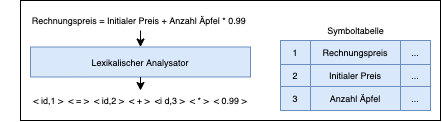
Above: Images/Compiler/LexerResult.png in JulianPasque/Masterthesis (draw.io), before the change. Source tidied: cells renumbered, new cells last; positions are measured from the earlier drawing's top-left corner, leaving out a move shared by most shapes. The source it was exported from:
```xml
<mxGraphModel>
  <root>
    <mxCell id="0" />
    <mxCell id="1" parent="0" />
    <mxCell id="2" style="rounded=0;whiteSpace=wrap;html=1;fontSize=9;" parent="1" vertex="1">
      <mxGeometry x="20" width="420" height="120" as="geometry" />
    </mxCell>
    <mxCell id="3" value="Rechnungspreis = Initialer Preis + Anzahl Äpfel * 0.99&amp;nbsp;" style="text;html=1;strokeColor=none;fillColor=none;align=center;verticalAlign=middle;whiteSpace=wrap;rounded=0;fontSize=9;" parent="1" vertex="1">
      <mxGeometry y="10" width="280" height="20" as="geometry" />
    </mxCell>
    <mxCell id="4" value="Lexikalischer Analysator" style="rounded=0;whiteSpace=wrap;html=1;fillColor=#dae8fc;strokeColor=#6c8ebf;fontSize=9;" parent="1" vertex="1">
      <mxGeometry x="30" y="46.5" width="220" height="30" as="geometry" />
    </mxCell>
    <mxCell id="5" value="&amp;lt; id,1 &amp;gt;&amp;nbsp; &amp;lt; = &amp;gt;&amp;nbsp; &amp;lt; id,2 &amp;gt;&amp;nbsp; &amp;lt; + &amp;gt;&amp;nbsp; &amp;lt;i d,3 &amp;gt;&amp;nbsp; &amp;lt; * &amp;gt;&amp;nbsp; &amp;lt; 0.99 &amp;gt;" style="text;html=1;strokeColor=none;fillColor=none;align=center;verticalAlign=middle;whiteSpace=wrap;rounded=0;fontSize=9;" parent="1" vertex="1">
      <mxGeometry y="90" width="280" height="20" as="geometry" />
    </mxCell>
    <mxCell id="6" style="endArrow=classic;html=1;exitX=0.5;exitY=1;exitDx=0;exitDy=0;entryX=0.5;entryY=0;entryDx=0;entryDy=0;fontSize=9;" parent="1" edge="1" source="3" target="4">
      <mxGeometry relative="1" as="geometry" />
    </mxCell>
    <mxCell id="7" style="endArrow=classic;html=1;exitX=0.5;exitY=1;exitDx=0;exitDy=0;entryX=0.5;entryY=0;entryDx=0;entryDy=0;fontSize=9;" parent="1" edge="1" source="4" target="5">
      <mxGeometry relative="1" as="geometry" />
    </mxCell>
    <mxCell id="8" style="shape=table;html=1;whiteSpace=wrap;startSize=0;fontSize=9;fillColor=#dae8fc;strokeColor=#6c8ebf;" parent="1" vertex="1">
      <mxGeometry x="280" y="40" width="150" height="70" as="geometry" />
    </mxCell>
    <mxCell id="9" style="shape=partialRectangle;html=1;whiteSpace=wrap;fillColor=none;top=0;left=0;bottom=0;right=0;fontSize=9;" parent="8" vertex="1">
      <mxGeometry width="150" height="24" as="geometry" />
    </mxCell>
    <mxCell id="10" value="1" style="shape=partialRectangle;html=1;whiteSpace=wrap;fillColor=none;top=0;left=0;bottom=0;right=0;overflow=hidden;fontSize=9;" parent="9" vertex="1">
      <mxGeometry width="30" height="24" as="geometry" />
    </mxCell>
    <mxCell id="11" value="&lt;font style=&quot;font-size: 9px&quot;&gt;Rechnungspreis&lt;/font&gt;" style="shape=partialRectangle;html=1;whiteSpace=wrap;fillColor=none;top=0;left=0;bottom=0;right=0;overflow=hidden;fontSize=9;" parent="9" vertex="1">
      <mxGeometry x="30" width="90" height="24" as="geometry" />
    </mxCell>
    <mxCell id="12" value="..." style="shape=partialRectangle;html=1;whiteSpace=wrap;fillColor=none;top=0;left=0;bottom=0;right=0;overflow=hidden;fontSize=9;" parent="9" vertex="1">
      <mxGeometry x="120" width="30" height="24" as="geometry" />
    </mxCell>
    <mxCell id="13" style="shape=partialRectangle;html=1;whiteSpace=wrap;fillColor=none;top=0;left=0;bottom=0;right=0;fontSize=9;" parent="8" vertex="1">
      <mxGeometry y="24" width="150" height="22" as="geometry" />
    </mxCell>
    <mxCell id="14" value="2" style="shape=partialRectangle;html=1;whiteSpace=wrap;fillColor=none;top=0;left=0;bottom=0;right=0;overflow=hidden;fontSize=9;" parent="13" vertex="1">
      <mxGeometry width="30" height="22" as="geometry" />
    </mxCell>
    <mxCell id="15" value="&lt;font style=&quot;font-size: 9px&quot;&gt;Initialer Preis&lt;/font&gt;" style="shape=partialRectangle;html=1;whiteSpace=wrap;fillColor=none;top=0;left=0;bottom=0;right=0;overflow=hidden;fontSize=9;" parent="13" vertex="1">
      <mxGeometry x="30" width="90" height="22" as="geometry" />
    </mxCell>
    <mxCell id="16" value="..." style="shape=partialRectangle;html=1;whiteSpace=wrap;fillColor=none;top=0;left=0;bottom=0;right=0;overflow=hidden;fontSize=9;" parent="13" vertex="1">
      <mxGeometry x="120" width="30" height="22" as="geometry" />
    </mxCell>
    <mxCell id="17" style="shape=partialRectangle;html=1;whiteSpace=wrap;fillColor=none;top=0;left=0;bottom=0;right=0;fontSize=9;" parent="8" vertex="1">
      <mxGeometry y="46" width="150" height="24" as="geometry" />
    </mxCell>
    <mxCell id="18" value="3" style="shape=partialRectangle;html=1;whiteSpace=wrap;fillColor=none;top=0;left=0;bottom=0;right=0;overflow=hidden;fontSize=9;" parent="17" vertex="1">
      <mxGeometry width="30" height="24" as="geometry" />
    </mxCell>
    <mxCell id="19" value="&lt;font style=&quot;font-size: 9px&quot;&gt;Anzahl Äpfel&lt;/font&gt;" style="shape=partialRectangle;html=1;whiteSpace=wrap;fillColor=none;top=0;left=0;bottom=0;right=0;overflow=hidden;fontSize=9;" parent="17" vertex="1">
      <mxGeometry x="30" width="90" height="24" as="geometry" />
    </mxCell>
    <mxCell id="20" value="..." style="shape=partialRectangle;html=1;whiteSpace=wrap;fillColor=none;top=0;left=0;bottom=0;right=0;overflow=hidden;fontSize=9;" parent="17" vertex="1">
      <mxGeometry x="120" width="30" height="24" as="geometry" />
    </mxCell>
    <mxCell id="21" value="Symboltabelle" style="text;html=1;align=center;verticalAlign=middle;fontSize=9;" parent="1" vertex="1">
      <mxGeometry x="320" y="20" width="70" height="20" as="geometry" />
    </mxCell>
  </root>
</mxGraphModel>
```
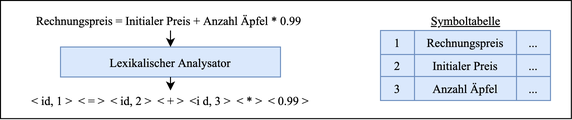
Later version of the same file.

The edit, as a diff of the source:
```diff
@@ -2,65 +2,65 @@
   <root>
     <mxCell id="0" />
     <mxCell id="1" parent="0" />
-    <mxCell id="2" style="rounded=0;whiteSpace=wrap;html=1;fontSize=9;" parent="1" vertex="1">
-      <mxGeometry x="20" width="420" height="120" as="geometry" />
+    <mxCell id="2" style="rounded=0;whiteSpace=wrap;html=1;fontSize=12;fontFamily=Times New Roman;" parent="1" vertex="1">
+      <mxGeometry x="20" width="570.9" height="118.1" as="geometry" />
     </mxCell>
-    <mxCell id="3" value="Rechnungspreis = Initialer Preis + Anzahl Äpfel * 0.99&amp;nbsp;" style="text;html=1;strokeColor=none;fillColor=none;align=center;verticalAlign=middle;whiteSpace=wrap;rounded=0;fontSize=9;" parent="1" vertex="1">
-      <mxGeometry y="10" width="280" height="20" as="geometry" />
+    <mxCell id="3" value="Rechnungspreis = Initialer Preis + Anzahl Äpfel * 0.99&amp;nbsp;" style="text;html=1;strokeColor=none;fillColor=none;align=center;verticalAlign=middle;whiteSpace=wrap;rounded=0;fontSize=12;fontFamily=Times New Roman;" parent="1" vertex="1">
+      <mxGeometry x="50" y="10" width="280" height="20" as="geometry" />
     </mxCell>
-    <mxCell id="4" value="Lexikalischer Analysator" style="rounded=0;whiteSpace=wrap;html=1;fillColor=#dae8fc;strokeColor=#6c8ebf;fontSize=9;" parent="1" vertex="1">
-      <mxGeometry x="30" y="46.5" width="220" height="30" as="geometry" />
+    <mxCell id="4" value="Lexikalischer Analysator" style="rounded=0;whiteSpace=wrap;html=1;fillColor=#dae8fc;strokeColor=#6c8ebf;fontSize=12;fontFamily=Times New Roman;" parent="1" vertex="1">
+      <mxGeometry x="80" y="46.5" width="220" height="30" as="geometry" />
     </mxCell>
-    <mxCell id="5" value="&amp;lt; id,1 &amp;gt;&amp;nbsp; &amp;lt; = &amp;gt;&amp;nbsp; &amp;lt; id,2 &amp;gt;&amp;nbsp; &amp;lt; + &amp;gt;&amp;nbsp; &amp;lt;i d,3 &amp;gt;&amp;nbsp; &amp;lt; * &amp;gt;&amp;nbsp; &amp;lt; 0.99 &amp;gt;" style="text;html=1;strokeColor=none;fillColor=none;align=center;verticalAlign=middle;whiteSpace=wrap;rounded=0;fontSize=9;" parent="1" vertex="1">
-      <mxGeometry y="90" width="280" height="20" as="geometry" />
+    <mxCell id="5" value="&amp;lt; id, 1 &amp;gt;&amp;nbsp; &amp;lt; = &amp;gt;&amp;nbsp; &amp;lt; id, 2 &amp;gt;&amp;nbsp; &amp;lt; + &amp;gt;&amp;nbsp; &amp;lt;i d, 3 &amp;gt;&amp;nbsp; &amp;lt; * &amp;gt;&amp;nbsp; &amp;lt; 0.99 &amp;gt;" style="text;html=1;strokeColor=none;fillColor=none;align=center;verticalAlign=middle;whiteSpace=wrap;rounded=0;fontSize=12;fontFamily=Times New Roman;" parent="1" vertex="1">
+      <mxGeometry x="45" y="90" width="290" height="20" as="geometry" />
     </mxCell>
-    <mxCell id="6" style="endArrow=classic;html=1;exitX=0.5;exitY=1;exitDx=0;exitDy=0;entryX=0.5;entryY=0;entryDx=0;entryDy=0;fontSize=9;" parent="1" edge="1" source="3" target="4">
+    <mxCell id="6" style="endArrow=classic;html=1;exitX=0.5;exitY=1;exitDx=0;exitDy=0;entryX=0.5;entryY=0;entryDx=0;entryDy=0;fontSize=12;fontFamily=Times New Roman;" parent="1" edge="1" source="3" target="4">
       <mxGeometry relative="1" as="geometry" />
     </mxCell>
-    <mxCell id="7" style="endArrow=classic;html=1;exitX=0.5;exitY=1;exitDx=0;exitDy=0;entryX=0.5;entryY=0;entryDx=0;entryDy=0;fontSize=9;" parent="1" edge="1" source="4" target="5">
+    <mxCell id="7" style="endArrow=classic;html=1;exitX=0.5;exitY=1;exitDx=0;exitDy=0;entryX=0.5;entryY=0;entryDx=0;entryDy=0;fontSize=12;fontFamily=Times New Roman;" parent="1" edge="1" source="4" target="5">
       <mxGeometry relative="1" as="geometry" />
     </mxCell>
-    <mxCell id="8" style="shape=table;html=1;whiteSpace=wrap;startSize=0;fontSize=9;fillColor=#dae8fc;strokeColor=#6c8ebf;" parent="1" vertex="1">
-      <mxGeometry x="280" y="40" width="150" height="70" as="geometry" />
+    <mxCell id="8" style="shape=table;html=1;whiteSpace=wrap;startSize=0;fontSize=12;fillColor=#dae8fc;strokeColor=#6c8ebf;fontFamily=Times New Roman;" parent="1" vertex="1">
+      <mxGeometry x="400" y="30" width="170" height="70" as="geometry" />
     </mxCell>
-    <mxCell id="9" style="shape=partialRectangle;html=1;whiteSpace=wrap;fillColor=none;top=0;left=0;bottom=0;right=0;fontSize=9;" parent="8" vertex="1">
-      <mxGeometry width="150" height="24" as="geometry" />
+    <mxCell id="9" style="shape=partialRectangle;html=1;whiteSpace=wrap;fillColor=none;top=0;left=0;bottom=0;right=0;fontSize=12;fontFamily=Times New Roman;" parent="8" vertex="1">
+      <mxGeometry width="170" height="24" as="geometry" />
     </mxCell>
-    <mxCell id="10" value="1" style="shape=partialRectangle;html=1;whiteSpace=wrap;fillColor=none;top=0;left=0;bottom=0;right=0;overflow=hidden;fontSize=9;" parent="9" vertex="1">
-      <mxGeometry width="30" height="24" as="geometry" />
+    <mxCell id="10" value="1" style="shape=partialRectangle;html=1;whiteSpace=wrap;fillColor=none;top=0;left=0;bottom=0;right=0;overflow=hidden;fontSize=12;fontFamily=Times New Roman;" parent="9" vertex="1">
+      <mxGeometry width="34" height="24" as="geometry" />
     </mxCell>
-    <mxCell id="11" value="&lt;font style=&quot;font-size: 9px&quot;&gt;Rechnungspreis&lt;/font&gt;" style="shape=partialRectangle;html=1;whiteSpace=wrap;fillColor=none;top=0;left=0;bottom=0;right=0;overflow=hidden;fontSize=9;" parent="9" vertex="1">
-      <mxGeometry x="30" width="90" height="24" as="geometry" />
+    <mxCell id="11" value="&lt;font style=&quot;font-size: 12px;&quot;&gt;Rechnungspreis&lt;/font&gt;" style="shape=partialRectangle;html=1;whiteSpace=wrap;fillColor=none;top=0;left=0;bottom=0;right=0;overflow=hidden;fontSize=12;fontFamily=Times New Roman;" parent="9" vertex="1">
+      <mxGeometry x="34" width="102" height="24" as="geometry" />
     </mxCell>
-    <mxCell id="12" value="..." style="shape=partialRectangle;html=1;whiteSpace=wrap;fillColor=none;top=0;left=0;bottom=0;right=0;overflow=hidden;fontSize=9;" parent="9" vertex="1">
-      <mxGeometry x="120" width="30" height="24" as="geometry" />
+    <mxCell id="12" value="..." style="shape=partialRectangle;html=1;whiteSpace=wrap;fillColor=none;top=0;left=0;bottom=0;right=0;overflow=hidden;fontSize=12;fontFamily=Times New Roman;" parent="9" vertex="1">
+      <mxGeometry x="136" width="34" height="24" as="geometry" />
     </mxCell>
-    <mxCell id="13" style="shape=partialRectangle;html=1;whiteSpace=wrap;fillColor=none;top=0;left=0;bottom=0;right=0;fontSize=9;" parent="8" vertex="1">
-      <mxGeometry y="24" width="150" height="22" as="geometry" />
+    <mxCell id="13" style="shape=partialRectangle;html=1;whiteSpace=wrap;fillColor=none;top=0;left=0;bottom=0;right=0;fontSize=12;fontFamily=Times New Roman;" parent="8" vertex="1">
+      <mxGeometry y="24" width="170" height="22" as="geometry" />
     </mxCell>
-    <mxCell id="14" value="2" style="shape=partialRectangle;html=1;whiteSpace=wrap;fillColor=none;top=0;left=0;bottom=0;right=0;overflow=hidden;fontSize=9;" parent="13" vertex="1">
-      <mxGeometry width="30" height="22" as="geometry" />
+    <mxCell id="14" value="2" style="shape=partialRectangle;html=1;whiteSpace=wrap;fillColor=none;top=0;left=0;bottom=0;right=0;overflow=hidden;fontSize=12;fontFamily=Times New Roman;" parent="13" vertex="1">
+      <mxGeometry width="34" height="22" as="geometry" />
     </mxCell>
-    <mxCell id="15" value="&lt;font style=&quot;font-size: 9px&quot;&gt;Initialer Preis&lt;/font&gt;" style="shape=partialRectangle;html=1;whiteSpace=wrap;fillColor=none;top=0;left=0;bottom=0;right=0;overflow=hidden;fontSize=9;" parent="13" vertex="1">
-      <mxGeometry x="30" width="90" height="22" as="geometry" />
+    <mxCell id="15" value="&lt;font style=&quot;font-size: 12px;&quot;&gt;Initialer Preis&lt;/font&gt;" style="shape=partialRectangle;html=1;whiteSpace=wrap;fillColor=none;top=0;left=0;bottom=0;right=0;overflow=hidden;fontSize=12;fontFamily=Times New Roman;" parent="13" vertex="1">
+      <mxGeometry x="34" width="102" height="22" as="geometry" />
     </mxCell>
-    <mxCell id="16" value="..." style="shape=partialRectangle;html=1;whiteSpace=wrap;fillColor=none;top=0;left=0;bottom=0;right=0;overflow=hidden;fontSize=9;" parent="13" vertex="1">
-      <mxGeometry x="120" width="30" height="22" as="geometry" />
+    <mxCell id="16" value="..." style="shape=partialRectangle;html=1;whiteSpace=wrap;fillColor=none;top=0;left=0;bottom=0;right=0;overflow=hidden;fontSize=12;fontFamily=Times New Roman;" parent="13" vertex="1">
+      <mxGeometry x="136" width="34" height="22" as="geometry" />
     </mxCell>
-    <mxCell id="17" style="shape=partialRectangle;html=1;whiteSpace=wrap;fillColor=none;top=0;left=0;bottom=0;right=0;fontSize=9;" parent="8" vertex="1">
-      <mxGeometry y="46" width="150" height="24" as="geometry" />
+    <mxCell id="17" style="shape=partialRectangle;html=1;whiteSpace=wrap;fillColor=none;top=0;left=0;bottom=0;right=0;fontSize=12;fontFamily=Times New Roman;" parent="8" vertex="1">
+      <mxGeometry y="46" width="170" height="24" as="geometry" />
     </mxCell>
-    <mxCell id="18" value="3" style="shape=partialRectangle;html=1;whiteSpace=wrap;fillColor=none;top=0;left=0;bottom=0;right=0;overflow=hidden;fontSize=9;" parent="17" vertex="1">
-      <mxGeometry width="30" height="24" as="geometry" />
+    <mxCell id="18" value="3" style="shape=partialRectangle;html=1;whiteSpace=wrap;fillColor=none;top=0;left=0;bottom=0;right=0;overflow=hidden;fontSize=12;fontFamily=Times New Roman;" parent="17" vertex="1">
+      <mxGeometry width="34" height="24" as="geometry" />
     </mxCell>
-    <mxCell id="19" value="&lt;font style=&quot;font-size: 9px&quot;&gt;Anzahl Äpfel&lt;/font&gt;" style="shape=partialRectangle;html=1;whiteSpace=wrap;fillColor=none;top=0;left=0;bottom=0;right=0;overflow=hidden;fontSize=9;" parent="17" vertex="1">
-      <mxGeometry x="30" width="90" height="24" as="geometry" />
+    <mxCell id="19" value="&lt;font style=&quot;font-size: 12px;&quot;&gt;Anzahl Äpfel&lt;/font&gt;" style="shape=partialRectangle;html=1;whiteSpace=wrap;fillColor=none;top=0;left=0;bottom=0;right=0;overflow=hidden;fontSize=12;fontFamily=Times New Roman;" parent="17" vertex="1">
+      <mxGeometry x="34" width="102" height="24" as="geometry" />
     </mxCell>
-    <mxCell id="20" value="..." style="shape=partialRectangle;html=1;whiteSpace=wrap;fillColor=none;top=0;left=0;bottom=0;right=0;overflow=hidden;fontSize=9;" parent="17" vertex="1">
-      <mxGeometry x="120" width="30" height="24" as="geometry" />
+    <mxCell id="20" value="..." style="shape=partialRectangle;html=1;whiteSpace=wrap;fillColor=none;top=0;left=0;bottom=0;right=0;overflow=hidden;fontSize=12;fontFamily=Times New Roman;" parent="17" vertex="1">
+      <mxGeometry x="136" width="34" height="24" as="geometry" />
     </mxCell>
-    <mxCell id="21" value="Symboltabelle" style="text;html=1;align=center;verticalAlign=middle;fontSize=9;" parent="1" vertex="1">
-      <mxGeometry x="320" y="20" width="70" height="20" as="geometry" />
+    <mxCell id="21" value="Symboltabelle" style="text;html=1;align=center;verticalAlign=middle;fontSize=12;fontFamily=Times New Roman;fontStyle=4;" parent="1" vertex="1">
+      <mxGeometry x="445" y="10" width="80" height="20" as="geometry" />
     </mxCell>
   </root>
 </mxGraphModel>
```
